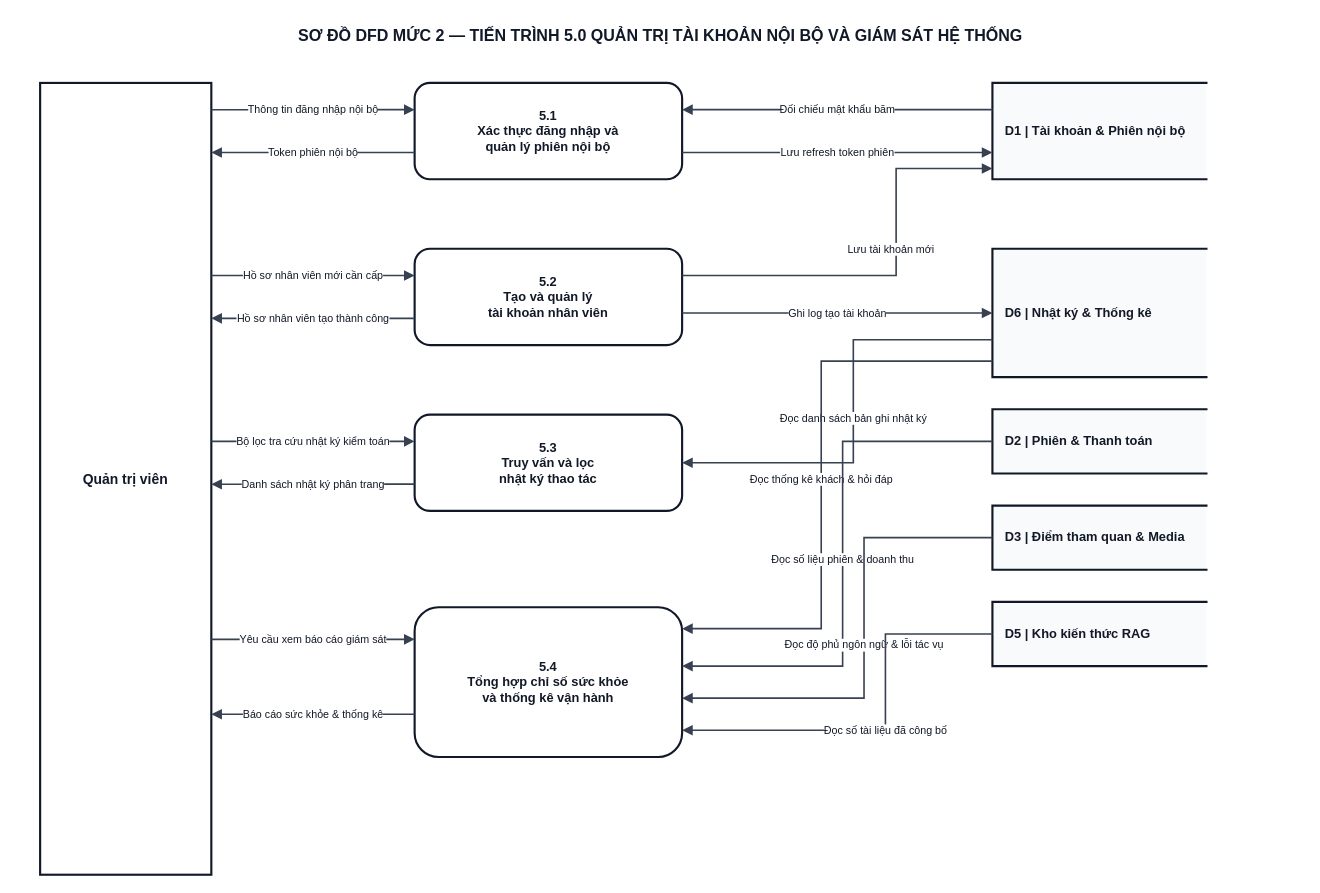
Before: docs/diagram/dfd/DFD_Level_2_P5_Auth_Admin_Monitoring.drawio in Kazuken123/prj_sgu26_cnpm, a draw.io diagram. Source tidied: cells renumbered, new cells numbered last; positions are measured from the earlier drawing's top-left corner, leaving out a move shared by most shapes. Both pictures are drawn from the tidied source at 107%, with x=0, y=0 at pixel (18, 18).
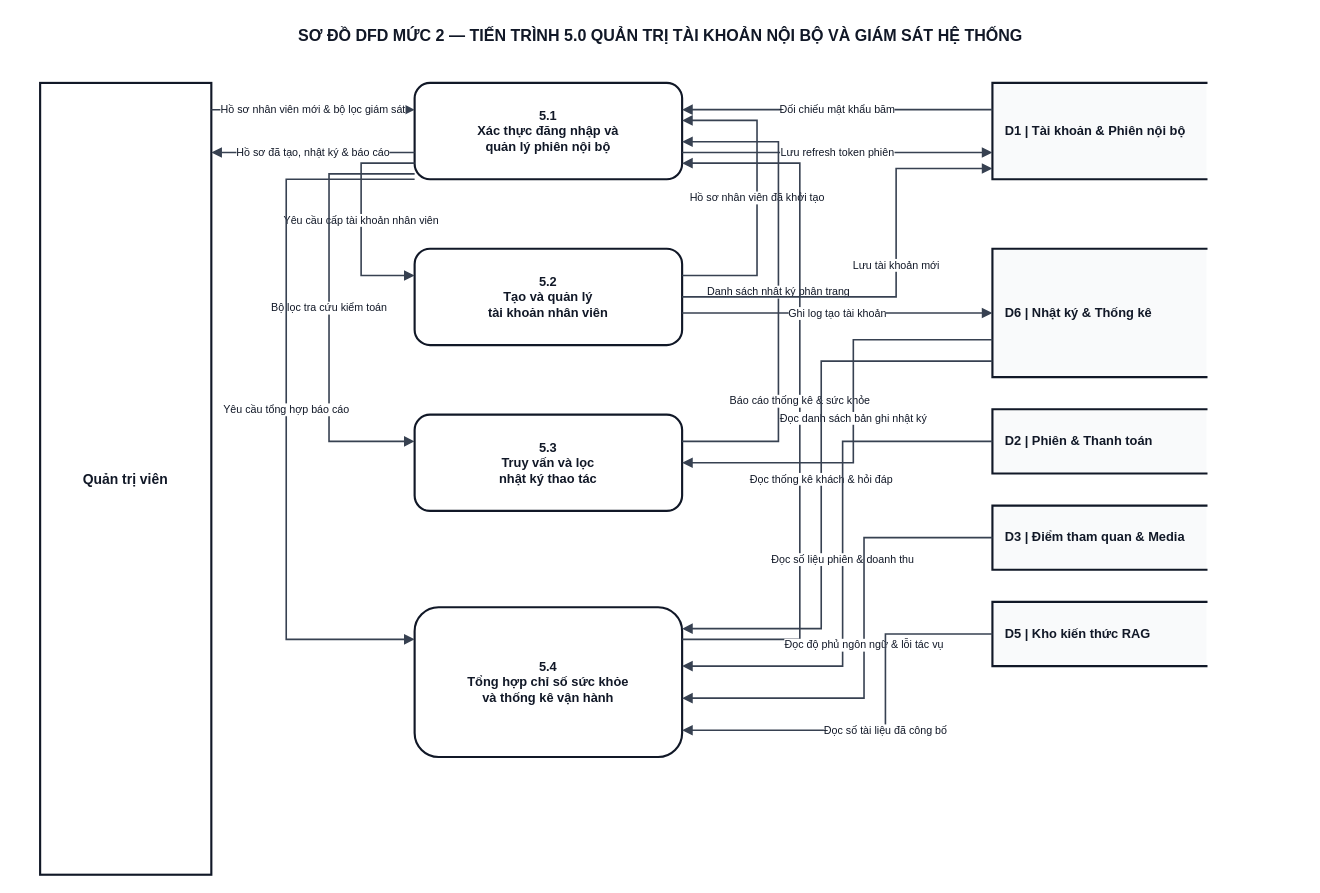
The same page after the edit.

The change refers to these unchanged cells:
```xml
<mxCell id="3" value="Quản trị viên" style="rounded=0;whiteSpace=wrap;html=1;fillColor=#FFFFFF;strokeColor=#111827;strokeWidth=2;fontFamily=Arial;fontSize=13;fontStyle=1;fontColor=#111827;align=center;" parent="1" vertex="1">
  <mxGeometry x="20" y="60" width="160" height="740" as="geometry" />
</mxCell>
<mxCell id="4" value="&lt;b&gt;5.1&lt;/b&gt;&lt;br/&gt;Xác thực đăng nhập và&lt;br/&gt;quản lý phiên nội bộ" style="rounded=1;arcSize=16;whiteSpace=wrap;html=1;fillColor=#FFFFFF;strokeColor=#111827;strokeWidth=2;fontFamily=Arial;fontSize=12;fontStyle=1;fontColor=#111827;align=center;" parent="1" vertex="1">
  <mxGeometry x="370" y="60" width="250" height="90" as="geometry" />
</mxCell>
<mxCell id="5" value="&lt;b&gt;5.2&lt;/b&gt;&lt;br/&gt;Tạo và quản lý&lt;br/&gt;tài khoản nhân viên" style="rounded=1;arcSize=16;whiteSpace=wrap;html=1;fillColor=#FFFFFF;strokeColor=#111827;strokeWidth=2;fontFamily=Arial;fontSize=12;fontStyle=1;fontColor=#111827;align=center;" parent="1" vertex="1">
  <mxGeometry x="370" y="215" width="250" height="90" as="geometry" />
</mxCell>
<mxCell id="6" value="&lt;b&gt;5.3&lt;/b&gt;&lt;br/&gt;Truy vấn và lọc&lt;br/&gt;nhật ký thao tác" style="rounded=1;arcSize=16;whiteSpace=wrap;html=1;fillColor=#FFFFFF;strokeColor=#111827;strokeWidth=2;fontFamily=Arial;fontSize=12;fontStyle=1;fontColor=#111827;align=center;" parent="1" vertex="1">
  <mxGeometry x="370" y="370" width="250" height="90" as="geometry" />
</mxCell>
<mxCell id="7" value="&lt;b&gt;5.4&lt;/b&gt;&lt;br/&gt;Tổng hợp chỉ số sức khỏe&lt;br/&gt;và thống kê vận hành" style="rounded=1;arcSize=16;whiteSpace=wrap;html=1;fillColor=#FFFFFF;strokeColor=#111827;strokeWidth=2;fontFamily=Arial;fontSize=12;fontStyle=1;fontColor=#111827;align=center;" parent="1" vertex="1">
  <mxGeometry x="370" y="550" width="250" height="140" as="geometry" />
</mxCell>
<mxCell id="8" value="&lt;b&gt;D1&lt;/b&gt; | Tài khoản &amp; Phiên nội bộ" style="shape=partialRectangle;whiteSpace=wrap;html=1;left=1;right=0;top=1;bottom=1;fillColor=#F9FAFB;strokeColor=#111827;strokeWidth=2;fontFamily=Arial;fontSize=12;fontStyle=1;fontColor=#111827;align=left;spacingLeft=10;" parent="1" vertex="1">
  <mxGeometry x="910" y="60" width="200" height="90" as="geometry" />
</mxCell>
```

The edit, as a diff of the source:
```diff
@@
-    <mxCell id="13" value="Thông tin đăng nhập nội bộ" style="edgeStyle=orthogonalEdgeStyle;rounded=0;jettySize=auto;html=1;strokeColor=#374151;strokeWidth=1.5;endArrow=block;endFill=1;fontFamily=Arial;fontSize=10;fontColor=#111827;labelBackgroundColor=#FFFFFF;spacing=2;exitX=1.0000;exitY=0.0338;exitDx=0;exitDy=0;entryX=0.0000;entryY=0.2778;entryDx=0;entryDy=0;" parent="1" edge="1" source="3" target="4">
+    <mxCell id="13" value="Hồ sơ nhân viên mới &amp; bộ lọc giám sát" style="edgeStyle=orthogonalEdgeStyle;rounded=0;jettySize=auto;html=1;strokeColor=#374151;strokeWidth=1.5;endArrow=block;endFill=1;fontFamily=Arial;fontSize=10;fontColor=#111827;labelBackgroundColor=#FFFFFF;spacing=2;exitX=1.0000;exitY=0.0338;exitDx=0;exitDy=0;entryX=0.0000;entryY=0.2778;entryDx=0;entryDy=0;" parent="1" edge="1" source="3" target="4">
       <mxGeometry relative="1" as="geometry" />
     </mxCell>
-    <mxCell id="14" value="Token phiên nội bộ" style="edgeStyle=orthogonalEdgeStyle;rounded=0;jettySize=auto;html=1;strokeColor=#374151;strokeWidth=1.5;endArrow=block;endFill=1;fontFamily=Arial;fontSize=10;fontColor=#111827;labelBackgroundColor=#FFFFFF;spacing=2;exitX=0.0000;exitY=0.7222;exitDx=0;exitDy=0;entryX=1.0000;entryY=0.0878;entryDx=0;entryDy=0;" parent="1" edge="1" source="4" target="3">
+    <mxCell id="14" value="Hồ sơ đã tạo, nhật ký &amp; báo cáo" style="edgeStyle=orthogonalEdgeStyle;rounded=0;jettySize=auto;html=1;strokeColor=#374151;strokeWidth=1.5;endArrow=block;endFill=1;fontFamily=Arial;fontSize=10;fontColor=#111827;labelBackgroundColor=#FFFFFF;spacing=2;exitX=0.0000;exitY=0.7222;exitDx=0;exitDy=0;entryX=1.0000;entryY=0.0878;entryDx=0;entryDy=0;" parent="1" edge="1" source="4" target="3">
       <mxGeometry relative="1" as="geometry" />
     </mxCell>
-    <mxCell id="15" value="Hồ sơ nhân viên mới cần cấp" style="edgeStyle=orthogonalEdgeStyle;rounded=0;jettySize=auto;html=1;strokeColor=#374151;strokeWidth=1.5;endArrow=block;endFill=1;fontFamily=Arial;fontSize=10;fontColor=#111827;labelBackgroundColor=#FFFFFF;spacing=2;exitX=1.0000;exitY=0.2432;exitDx=0;exitDy=0;entryX=0.0000;entryY=0.2778;entryDx=0;entryDy=0;" parent="1" edge="1" source="3" target="5">
-      <mxGeometry relative="1" as="geometry" />
-    </mxCell>
-    <mxCell id="16" value="Hồ sơ nhân viên tạo thành công" style="edgeStyle=orthogonalEdgeStyle;rounded=0;jettySize=auto;html=1;strokeColor=#374151;strokeWidth=1.5;endArrow=block;endFill=1;fontFamily=Arial;fontSize=10;fontColor=#111827;labelBackgroundColor=#FFFFFF;spacing=2;exitX=0.0000;exitY=0.7222;exitDx=0;exitDy=0;entryX=1.0000;entryY=0.2973;entryDx=0;entryDy=0;" parent="1" edge="1" source="5" target="3">
-      <mxGeometry relative="1" as="geometry" />
-    </mxCell>
-    <mxCell id="17" value="Bộ lọc tra cứu nhật ký kiểm toán" style="edgeStyle=orthogonalEdgeStyle;rounded=0;jettySize=auto;html=1;strokeColor=#374151;strokeWidth=1.5;endArrow=block;endFill=1;fontFamily=Arial;fontSize=10;fontColor=#111827;labelBackgroundColor=#FFFFFF;spacing=2;exitX=1.0000;exitY=0.4527;exitDx=0;exitDy=0;entryX=0.0000;entryY=0.2778;entryDx=0;entryDy=0;" parent="1" edge="1" source="3" target="6">
-      <mxGeometry relative="1" as="geometry" />
-    </mxCell>
+    <mxCell id="30" value="Yêu cầu cấp tài khoản nhân viên" style="edgeStyle=orthogonalEdgeStyle;rounded=0;jettySize=auto;html=1;strokeColor=#374151;strokeWidth=1.5;endArrow=block;endFill=1;fontFamily=Arial;fontSize=10;fontColor=#111827;labelBackgroundColor=#FFFFFF;spacing=2;exitX=0.0000;exitY=0.8333;exitDx=0;exitDy=0;entryX=0.0000;entryY=0.2778;entryDx=0;entryDy=0;" parent="1" edge="1" source="4" target="5">
+      <mxGeometry relative="1" as="geometry">
+        <Array as="points">
+          <mxPoint x="370" y="135" />
+          <mxPoint x="320" y="135" />
+          <mxPoint x="320" y="240" />
+          <mxPoint x="370" y="240" />
+        </Array>
+      </mxGeometry>
+    </mxCell>
+    <mxCell id="31" value="Bộ lọc tra cứu kiểm toán" style="edgeStyle=orthogonalEdgeStyle;rounded=0;jettySize=auto;html=1;strokeColor=#374151;strokeWidth=1.5;endArrow=block;endFill=1;fontFamily=Arial;fontSize=10;fontColor=#111827;labelBackgroundColor=#FFFFFF;spacing=2;exitX=0.0000;exitY=0.9444;exitDx=0;exitDy=0;entryX=0.0000;entryY=0.2778;entryDx=0;entryDy=0;" parent="1" edge="1" source="4" target="6">
+      <mxGeometry relative="1" as="geometry">
+        <Array as="points">
+          <mxPoint x="370" y="145" />
+          <mxPoint x="290" y="145" />
+          <mxPoint x="290" y="395" />
+          <mxPoint x="370" y="395" />
+        </Array>
+      </mxGeometry>
+    </mxCell>
+    <mxCell id="32" value="Yêu cầu tổng hợp báo cáo" style="edgeStyle=orthogonalEdgeStyle;rounded=0;jettySize=auto;html=1;strokeColor=#374151;strokeWidth=1.5;endArrow=block;endFill=1;fontFamily=Arial;fontSize=10;fontColor=#111827;labelBackgroundColor=#FFFFFF;spacing=2;exitX=0.0000;exitY=1.0000;exitDx=0;exitDy=0;entryX=0.0000;entryY=0.2143;entryDx=0;entryDy=0;" parent="1" edge="1" source="4" target="7">
+      <mxGeometry relative="1" as="geometry">
+        <Array as="points">
+          <mxPoint x="370" y="150" />
+          <mxPoint x="250" y="150" />
+          <mxPoint x="250" y="580" />
+          <mxPoint x="370" y="580" />
+        </Array>
+      </mxGeometry>
+    </mxCell>
+    <mxCell id="33" value="Hồ sơ nhân viên đã khởi tạo" style="edgeStyle=orthogonalEdgeStyle;rounded=0;jettySize=auto;html=1;strokeColor=#374151;strokeWidth=1.5;endArrow=block;endFill=1;fontFamily=Arial;fontSize=10;fontColor=#111827;labelBackgroundColor=#FFFFFF;spacing=2;exitX=1.0000;exitY=0.2778;exitDx=0;exitDy=0;entryX=1.0000;entryY=0.3889;entryDx=0;entryDy=0;" parent="1" edge="1" source="5" target="4">
+      <mxGeometry relative="1" as="geometry">
+        <Array as="points">
+          <mxPoint x="620" y="240" />
+          <mxPoint x="690" y="240" />
+          <mxPoint x="690" y="95" />
+          <mxPoint x="620" y="95" />
+        </Array>
+      </mxGeometry>
+    </mxCell>
-    <mxCell id="18" value="Danh sách nhật ký phân trang" style="edgeStyle=orthogonalEdgeStyle;rounded=0;jettySize=auto;html=1;strokeColor=#374151;strokeWidth=1.5;endArrow=block;endFill=1;fontFamily=Arial;fontSize=10;fontColor=#111827;labelBackgroundColor=#FFFFFF;spacing=2;exitX=0.0000;exitY=0.7222;exitDx=0;exitDy=0;entryX=1.0000;entryY=0.5068;entryDx=0;entryDy=0;" parent="1" edge="1" source="6" target="3">
-      <mxGeometry relative="1" as="geometry" />
+    <mxCell id="18" value="Danh sách nhật ký phân trang" style="edgeStyle=orthogonalEdgeStyle;rounded=0;jettySize=auto;html=1;strokeColor=#374151;strokeWidth=1.5;endArrow=block;endFill=1;fontFamily=Arial;fontSize=10;fontColor=#111827;labelBackgroundColor=#FFFFFF;spacing=2;exitX=1.0000;exitY=0.2778;exitDx=0;exitDy=0;entryX=1.0000;entryY=0.6111;entryDx=0;entryDy=0;" parent="1" edge="1" source="6" target="4">
+      <mxGeometry relative="1" as="geometry">
+        <Array as="points">
+          <mxPoint x="620" y="395" />
+          <mxPoint x="710" y="395" />
+          <mxPoint x="710" y="115" />
+          <mxPoint x="620" y="115" />
+        </Array>
+      </mxGeometry>
     </mxCell>
-    <mxCell id="19" value="Yêu cầu xem báo cáo giám sát" style="edgeStyle=orthogonalEdgeStyle;rounded=0;jettySize=auto;html=1;strokeColor=#374151;strokeWidth=1.5;endArrow=block;endFill=1;fontFamily=Arial;fontSize=10;fontColor=#111827;labelBackgroundColor=#FFFFFF;spacing=2;exitX=1.0000;exitY=0.7027;exitDx=0;exitDy=0;entryX=0.0000;entryY=0.2143;entryDx=0;entryDy=0;" parent="1" edge="1" source="3" target="7">
-      <mxGeometry relative="1" as="geometry" />
-    </mxCell>
-    <mxCell id="20" value="Báo cáo sức khỏe &amp; thống kê" style="edgeStyle=orthogonalEdgeStyle;rounded=0;jettySize=auto;html=1;strokeColor=#374151;strokeWidth=1.5;endArrow=block;endFill=1;fontFamily=Arial;fontSize=10;fontColor=#111827;labelBackgroundColor=#FFFFFF;spacing=2;exitX=0.0000;exitY=0.7143;exitDx=0;exitDy=0;entryX=1.0000;entryY=0.7973;entryDx=0;entryDy=0;" parent="1" edge="1" source="7" target="3">
-      <mxGeometry relative="1" as="geometry" />
-    </mxCell>
+    <mxCell id="34" value="Báo cáo thống kê &amp; sức khỏe" style="edgeStyle=orthogonalEdgeStyle;rounded=0;jettySize=auto;html=1;strokeColor=#374151;strokeWidth=1.5;endArrow=block;endFill=1;fontFamily=Arial;fontSize=10;fontColor=#111827;labelBackgroundColor=#FFFFFF;spacing=2;exitX=1.0000;exitY=0.2143;exitDx=0;exitDy=0;entryX=1.0000;entryY=0.8333;entryDx=0;entryDy=0;" parent="1" edge="1" source="7" target="4">
+      <mxGeometry relative="1" as="geometry">
+        <Array as="points">
+          <mxPoint x="620" y="580" />
+          <mxPoint x="730" y="580" />
+          <mxPoint x="730" y="135" />
+          <mxPoint x="620" y="135" />
+        </Array>
+      </mxGeometry>
+    </mxCell>
@@
-    <mxCell id="23" value="Lưu tài khoản mới" style="edgeStyle=orthogonalEdgeStyle;rounded=0;jettySize=auto;html=1;strokeColor=#374151;strokeWidth=1.5;endArrow=block;endFill=1;fontFamily=Arial;fontSize=10;fontColor=#111827;labelBackgroundColor=#FFFFFF;spacing=2;exitX=1.0000;exitY=0.2778;exitDx=0;exitDy=0;entryX=0.0000;entryY=0.8889;entryDx=0;entryDy=0;" parent="1" edge="1" source="5" target="8">
+    <mxCell id="23" value="Lưu tài khoản mới" style="edgeStyle=orthogonalEdgeStyle;rounded=0;jettySize=auto;html=1;strokeColor=#374151;strokeWidth=1.5;endArrow=block;endFill=1;fontFamily=Arial;fontSize=10;fontColor=#111827;labelBackgroundColor=#FFFFFF;spacing=2;exitX=1.0000;exitY=0.5000;exitDx=0;exitDy=0;entryX=0.0000;entryY=0.8889;entryDx=0;entryDy=0;" parent="1" edge="1" source="5" target="8">
       <mxGeometry relative="1" as="geometry">
         <Array as="points">
-          <mxPoint x="620" y="240" />
-          <mxPoint x="820" y="240" />
+          <mxPoint x="620" y="260" />
+          <mxPoint x="820" y="260" />
           <mxPoint x="820" y="140" />
           <mxPoint x="910" y="140" />
         </Array>
         <mxPoint y="-25" as="offset" />
       </mxGeometry>
     </mxCell>
```
